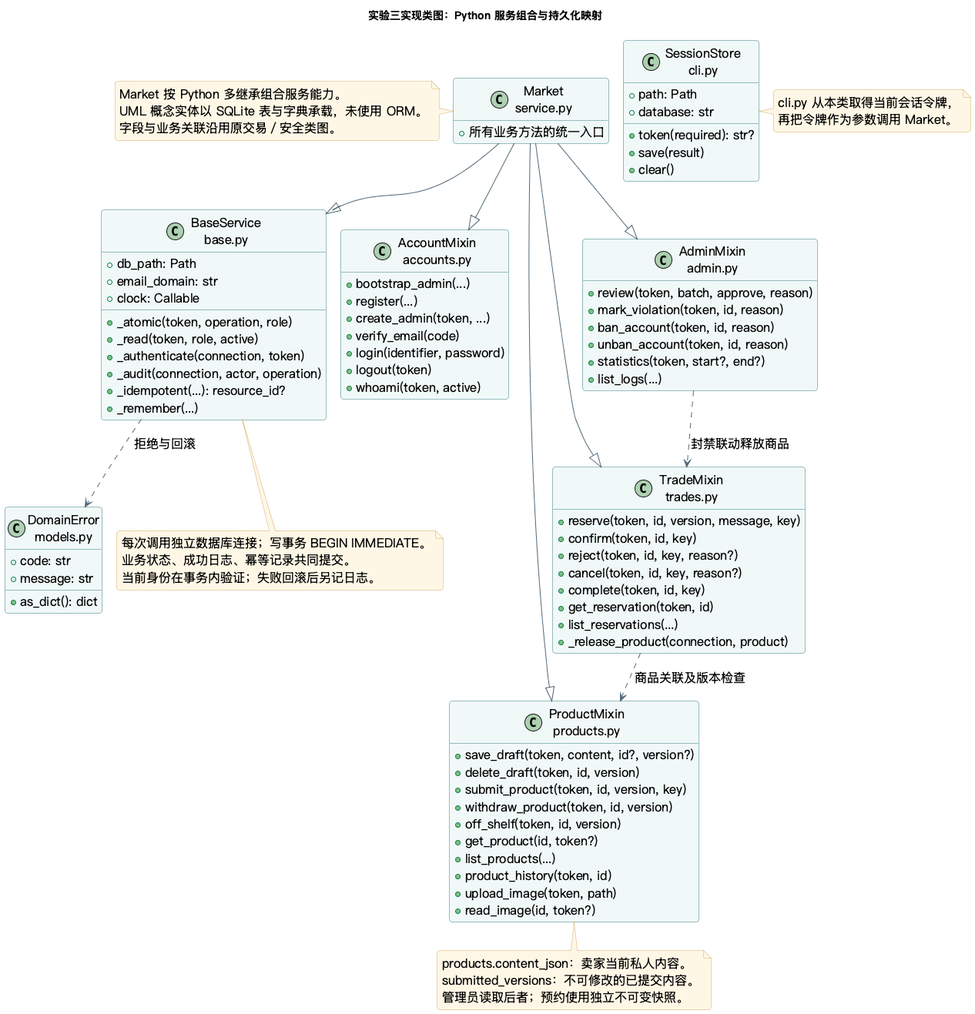
Above: lab3/UML/UML实现类图.png in hqzhao-debug/software-engineering-lab1 (PlantUML), before the change.
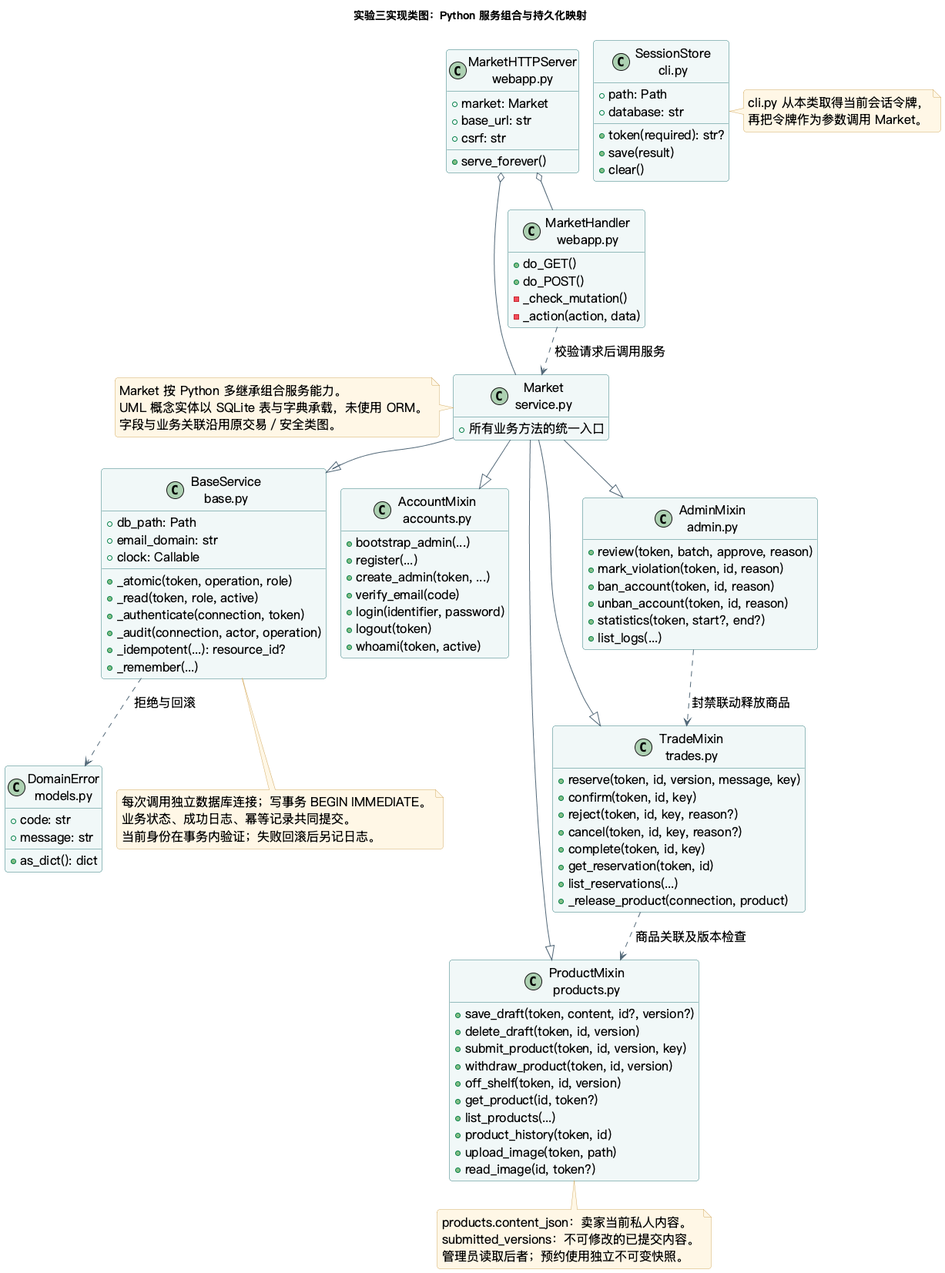
After the commit.

Diff of the diagram source:
```diff
@@ -17,6 +17,18 @@
 
 class "Market\nservice.py" as Market {
   +所有业务方法的统一入口
+}
+class "MarketHTTPServer\nwebapp.py" as Server {
+  +market: Market
+  +base_url: str
+  +csrf: str
+  +serve_forever()
+}
+class "MarketHandler\nwebapp.py" as Handler {
+  +do_GET()
+  +do_POST()
+  -_check_mutation()
+  -_action(action, data)
 }
 class "BaseService\nbase.py" as Base {
   +db_path: Path
@@ -82,6 +94,9 @@
 }
 
 Market --|> Product
+Server o-- Market
+Server o-- Handler
+Handler ..> Market : 校验请求后调用服务
 Market --|> Trade
 Market --|> Admin
 Market --|> Account
```
